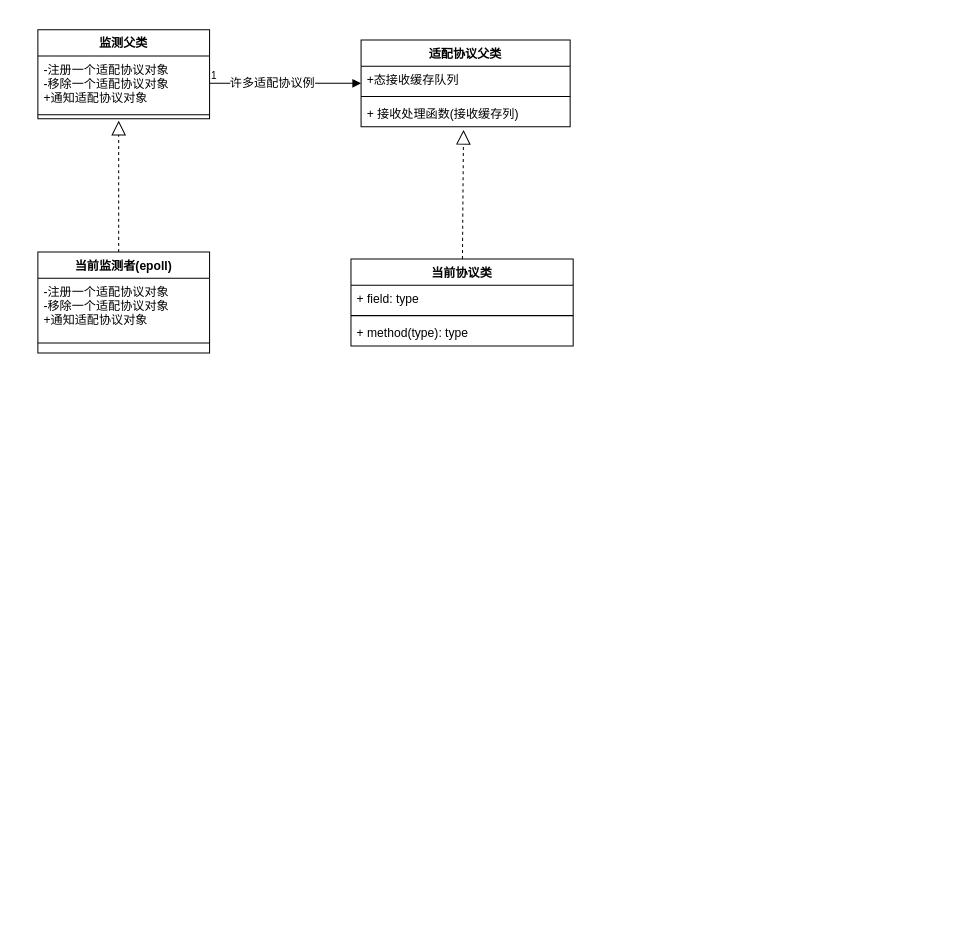
huangPeiLc/drawio keeps this draw.io diagram as 巡课uml.drawio. Above is the earlier version. Source tidied: cells renumbered, new cells numbered last; positions are measured from the earlier drawing's top-left corner, leaving out a move shared by most shapes. Both pictures are drawn from the tidied source at 101%, with x=0, y=0 at pixel (37, 29).
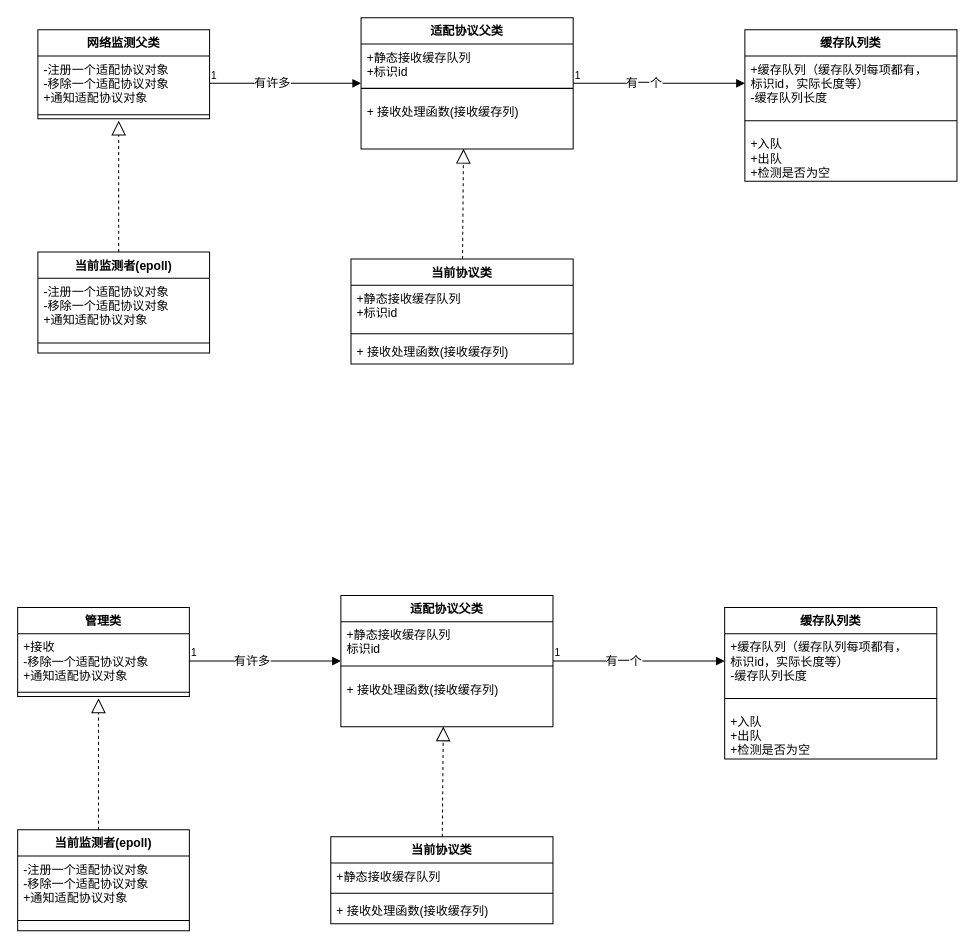
The same diagram, later.

Unchanged cells that the change refers to:
```xml
<mxCell id="8" style="endArrow=block;endFill=1;html=1;edgeStyle=orthogonalEdgeStyle;align=left;verticalAlign=top;exitX=1;exitY=0.5;exitDx=0;exitDy=0;entryX=0;entryY=0.5;entryDx=0;entryDy=0;" parent="1" edge="1" source="3" target="11">
  <mxGeometry x="-1" relative="1" as="geometry" />
</mxCell>
```

Change to the diagram source:
```diff
@@
-    <mxCell id="2" value="监测父类&#10;" style="swimlane;fontStyle=1;align=center;verticalAlign=top;horizontal=1;startSize=26;" parent="1" vertex="1">
+    <mxCell id="2" value="网络监测父类&#10;" style="swimlane;fontStyle=1;align=center;verticalAlign=top;horizontal=1;startSize=26;" parent="1" vertex="1">
       <mxGeometry width="170" height="88" as="geometry" />
     </mxCell>
@@
-    <mxCell id="10" value="许多适配协议例&lt;br&gt;" style="text;html=1;align=center;verticalAlign=middle;labelBackgroundColor=#ffffff;" parent="8" vertex="1">
+    <mxCell id="10" value="有许多&lt;br&gt;" style="text;html=1;align=center;verticalAlign=middle;labelBackgroundColor=#ffffff;" parent="8" vertex="1">
       <mxGeometry x="-0.19" y="1" relative="1" as="geometry" />
     </mxCell>
     <mxCell id="11" value="适配协议父类&#10;" style="swimlane;fontStyle=1;align=center;verticalAlign=top;horizontal=1;startSize=26;" parent="1" vertex="1">
-      <mxGeometry x="320" y="10" width="207" height="86" as="geometry" />
+      <mxGeometry x="320" y="-12" width="210" height="130" as="geometry" />
     </mxCell>
-    <mxCell id="12" value="+态接收缓存队列&#10;" style="text;strokeColor=none;fillColor=none;align=left;verticalAlign=top;spacingLeft=4;spacingRight=4;overflow=hidden;" parent="11" vertex="1">
-      <mxGeometry y="26" width="207" height="26" as="geometry" />
+    <mxCell id="12" value="+静态接收缓存队列&#10;+标识id&#10;" style="text;strokeColor=none;fillColor=none;align=left;verticalAlign=top;spacingLeft=4;spacingRight=4;overflow=hidden;" parent="11" vertex="1">
+      <mxGeometry y="26" width="210" height="34" as="geometry" />
     </mxCell>
     <mxCell id="13" style="line;strokeWidth=1;fillColor=none;align=left;verticalAlign=middle;spacingTop=-1;spacingLeft=3;spacingRight=3;labelPosition=right;" parent="11" vertex="1">
-      <mxGeometry y="52" width="207" height="8" as="geometry" />
+      <mxGeometry y="60" width="210" height="20" as="geometry" />
     </mxCell>
     <mxCell id="14" value="+ 接收处理函数(接收缓存列)" style="text;strokeColor=none;fillColor=none;align=left;verticalAlign=top;spacingLeft=4;spacingRight=4;overflow=hidden;points=[[0,0.5],[1,0.5]];portConstraint=eastwest;" parent="11" vertex="1">
-      <mxGeometry y="60" width="207" height="26" as="geometry" />
+      <mxGeometry y="80" width="210" height="50" as="geometry" />
     </mxCell>
     <mxCell id="15" value="当前协议类&#10;" style="swimlane;fontStyle=1;align=center;verticalAlign=top;horizontal=1;startSize=26;" parent="1" vertex="1">
-      <mxGeometry x="310" y="227" width="220" height="86" as="geometry" />
+      <mxGeometry x="310" y="227" width="220" height="104" as="geometry" />
     </mxCell>
-    <mxCell id="16" value="+ field: type" style="text;strokeColor=none;fillColor=none;align=left;verticalAlign=top;spacingLeft=4;spacingRight=4;overflow=hidden;" parent="15" vertex="1">
-      <mxGeometry y="26" width="220" height="26" as="geometry" />
+    <mxCell id="16" value="+静态接收缓存队列&#10;+标识id&#10;&#10;" style="text;strokeColor=none;fillColor=none;align=left;verticalAlign=top;spacingLeft=4;spacingRight=4;overflow=hidden;" parent="15" vertex="1">
+      <mxGeometry y="26" width="220" height="44" as="geometry" />
     </mxCell>
     <mxCell id="17" style="line;strokeWidth=1;fillColor=none;align=left;verticalAlign=middle;spacingTop=-1;spacingLeft=3;spacingRight=3;labelPosition=right;" parent="15" vertex="1">
-      <mxGeometry y="52" width="220" height="8" as="geometry" />
+      <mxGeometry y="70" width="220" height="8" as="geometry" />
     </mxCell>
-    <mxCell id="18" value="+ method(type): type" style="text;strokeColor=none;fillColor=none;align=left;verticalAlign=top;spacingLeft=4;spacingRight=4;overflow=hidden;" parent="15" vertex="1">
-      <mxGeometry y="60" width="220" height="26" as="geometry" />
+    <mxCell id="18" value="+ 接收处理函数(接收缓存列)" style="text;strokeColor=none;fillColor=none;align=left;verticalAlign=top;spacingLeft=4;spacingRight=4;overflow=hidden;" parent="15" vertex="1">
+      <mxGeometry y="78" width="220" height="26" as="geometry" />
     </mxCell>
@@
-    <mxCell id="20" style="endArrow=block;dashed=1;endFill=0;endSize=12;html=1;entryX=0.49;entryY=1.119;entryDx=0;entryDy=0;entryPerimeter=0;" parent="1" edge="1" source="15" target="14">
+    <mxCell id="20" style="endArrow=block;dashed=1;endFill=0;endSize=12;html=1;entryX=0.483;entryY=0.997;entryDx=0;entryDy=0;entryPerimeter=0;" parent="1" edge="1" source="15" target="14">
       <mxGeometry relative="1" as="geometry" />
     </mxCell>
+    <mxCell id="21" value="缓存队列类&#10;" style="swimlane;fontStyle=1;align=center;verticalAlign=top;horizontal=1;startSize=26;" parent="1" vertex="1">
+      <mxGeometry x="700" width="210" height="150" as="geometry" />
+    </mxCell>
+    <mxCell id="22" value="+缓存队列（缓存队列每项都有，&#10;标识id，实际长度等）&#10;-缓存队列长度&#10;" style="text;strokeColor=none;fillColor=none;align=left;verticalAlign=top;spacingLeft=4;spacingRight=4;overflow=hidden;points=[[0,0.5],[1,0.5]];portConstraint=eastwest;" parent="21" vertex="1">
+      <mxGeometry y="26" width="210" height="54" as="geometry" />
+    </mxCell>
+    <mxCell id="23" style="line;strokeWidth=1;fillColor=none;align=left;verticalAlign=middle;spacingTop=-1;spacingLeft=3;spacingRight=3;labelPosition=right;" parent="21" vertex="1">
+      <mxGeometry y="80" width="210" height="20" as="geometry" />
+    </mxCell>
+    <mxCell id="24" value="+入队&#10;+出队&#10;+检测是否为空" style="text;strokeColor=none;fillColor=none;align=left;verticalAlign=top;spacingLeft=4;spacingRight=4;overflow=hidden;" parent="21" vertex="1">
+      <mxGeometry y="100" width="210" height="50" as="geometry" />
+    </mxCell>
+    <mxCell id="25" style="endArrow=block;endFill=1;html=1;edgeStyle=orthogonalEdgeStyle;align=left;verticalAlign=top;exitX=1;exitY=0.5;exitDx=0;exitDy=0;entryX=0;entryY=0.5;entryDx=0;entryDy=0;" parent="1" edge="1" source="11" target="22">
+      <mxGeometry x="-1" relative="1" as="geometry" />
+    </mxCell>
+    <mxCell id="26" value="1" style="html=1;align=left;verticalAlign=bottom;labelBackgroundColor=#ffffff;fontSize=10;" parent="25" vertex="1">
+      <mxGeometry x="-1" relative="1" as="geometry" />
+    </mxCell>
+    <mxCell id="27" value="有一个&lt;br&gt;" style="text;html=1;align=center;verticalAlign=middle;labelBackgroundColor=#ffffff;" parent="25" vertex="1">
+      <mxGeometry x="-0.19" y="1" relative="1" as="geometry" />
+    </mxCell>
+    <mxCell id="28" value="管理类&#10;" style="swimlane;fontStyle=1;align=center;verticalAlign=top;horizontal=1;startSize=26;" parent="1" vertex="1">
+      <mxGeometry x="-20" y="572" width="170" height="88" as="geometry" />
+    </mxCell>
+    <mxCell id="29" value="+接收&#10;-移除一个适配协议对象&#10;+通知适配协议对象" style="text;strokeColor=none;fillColor=none;align=left;verticalAlign=top;spacingLeft=4;spacingRight=4;overflow=hidden;points=[[0,0.5],[1,0.5]];portConstraint=eastwest;" parent="28" vertex="1">
+      <mxGeometry y="26" width="170" height="54" as="geometry" />
+    </mxCell>
+    <mxCell id="30" style="line;strokeWidth=1;fillColor=none;align=left;verticalAlign=middle;spacingTop=-1;spacingLeft=3;spacingRight=3;labelPosition=right;" parent="28" vertex="1">
+      <mxGeometry y="80" width="170" height="8" as="geometry" />
+    </mxCell>
+    <mxCell id="31" value="当前监测者(epoll)&#10;" style="swimlane;fontStyle=1;align=center;verticalAlign=top;horizontal=1;startSize=26;" parent="1" vertex="1">
+      <mxGeometry x="-20" y="792" width="170" height="100" as="geometry" />
+    </mxCell>
+    <mxCell id="32" value="-注册一个适配协议对象&#10;-移除一个适配协议对象&#10;+通知适配协议对象" style="text;strokeColor=none;fillColor=none;align=left;verticalAlign=top;spacingLeft=4;spacingRight=4;overflow=hidden;" parent="31" vertex="1">
+      <mxGeometry y="26" width="170" height="54" as="geometry" />
+    </mxCell>
+    <mxCell id="33" style="line;strokeWidth=1;fillColor=none;align=left;verticalAlign=middle;spacingTop=-1;spacingLeft=3;spacingRight=3;labelPosition=right;" parent="31" vertex="1">
+      <mxGeometry y="80" width="170" height="20" as="geometry" />
+    </mxCell>
+    <mxCell id="34" style="endArrow=block;endFill=1;html=1;edgeStyle=orthogonalEdgeStyle;align=left;verticalAlign=top;exitX=1;exitY=0.5;exitDx=0;exitDy=0;entryX=0;entryY=0.5;entryDx=0;entryDy=0;" parent="1" edge="1" source="29" target="37">
+      <mxGeometry x="-1" relative="1" as="geometry" />
+    </mxCell>
+    <mxCell id="35" value="1" style="html=1;align=left;verticalAlign=bottom;labelBackgroundColor=#ffffff;fontSize=10;" parent="34" vertex="1">
+      <mxGeometry x="-1" relative="1" as="geometry" />
+    </mxCell>
+    <mxCell id="36" value="有许多&lt;br&gt;" style="text;html=1;align=center;verticalAlign=middle;labelBackgroundColor=#ffffff;" parent="34" vertex="1">
+      <mxGeometry x="-0.19" y="1" relative="1" as="geometry" />
+    </mxCell>
+    <mxCell id="37" value="适配协议父类&#10;" style="swimlane;fontStyle=1;align=center;verticalAlign=top;horizontal=1;startSize=26;" parent="1" vertex="1">
+      <mxGeometry x="300" y="560" width="210" height="130" as="geometry" />
+    </mxCell>
+    <mxCell id="38" value="+静态接收缓存队列&#10;标识id&#10;" style="text;strokeColor=none;fillColor=none;align=left;verticalAlign=top;spacingLeft=4;spacingRight=4;overflow=hidden;" parent="37" vertex="1">
+      <mxGeometry y="26" width="210" height="34" as="geometry" />
+    </mxCell>
+    <mxCell id="39" style="line;strokeWidth=1;fillColor=none;align=left;verticalAlign=middle;spacingTop=-1;spacingLeft=3;spacingRight=3;labelPosition=right;" parent="37" vertex="1">
+      <mxGeometry y="60" width="210" height="20" as="geometry" />
+    </mxCell>
+    <mxCell id="40" value="+ 接收处理函数(接收缓存列)" style="text;strokeColor=none;fillColor=none;align=left;verticalAlign=top;spacingLeft=4;spacingRight=4;overflow=hidden;points=[[0,0.5],[1,0.5]];portConstraint=eastwest;" parent="37" vertex="1">
+      <mxGeometry y="80" width="210" height="50" as="geometry" />
+    </mxCell>
+    <mxCell id="41" value="当前协议类&#10;" style="swimlane;fontStyle=1;align=center;verticalAlign=top;horizontal=1;startSize=26;" parent="1" vertex="1">
+      <mxGeometry x="290" y="799" width="220" height="86" as="geometry" />
+    </mxCell>
+    <mxCell id="42" value="+静态接收缓存队列&#10;" style="text;strokeColor=none;fillColor=none;align=left;verticalAlign=top;spacingLeft=4;spacingRight=4;overflow=hidden;" parent="41" vertex="1">
+      <mxGeometry y="26" width="220" height="26" as="geometry" />
+    </mxCell>
+    <mxCell id="43" style="line;strokeWidth=1;fillColor=none;align=left;verticalAlign=middle;spacingTop=-1;spacingLeft=3;spacingRight=3;labelPosition=right;" parent="41" vertex="1">
+      <mxGeometry y="52" width="220" height="8" as="geometry" />
+    </mxCell>
+    <mxCell id="44" value="+ 接收处理函数(接收缓存列)" style="text;strokeColor=none;fillColor=none;align=left;verticalAlign=top;spacingLeft=4;spacingRight=4;overflow=hidden;" parent="41" vertex="1">
+      <mxGeometry y="60" width="220" height="26" as="geometry" />
+    </mxCell>
+    <mxCell id="45" style="endArrow=block;dashed=1;endFill=0;endSize=12;html=1;" parent="1" edge="1">
+      <mxGeometry relative="1" as="geometry">
+        <mxPoint x="60" y="792" as="sourcePoint" />
+        <mxPoint x="60" y="662" as="targetPoint" />
+      </mxGeometry>
+    </mxCell>
+    <mxCell id="46" style="endArrow=block;dashed=1;endFill=0;endSize=12;html=1;entryX=0.483;entryY=0.997;entryDx=0;entryDy=0;entryPerimeter=0;" parent="1" edge="1" source="41" target="40">
+      <mxGeometry relative="1" as="geometry" />
+    </mxCell>
+    <mxCell id="47" value="缓存队列类&#10;" style="swimlane;fontStyle=1;align=center;verticalAlign=top;horizontal=1;startSize=26;" parent="1" vertex="1">
+      <mxGeometry x="680" y="572" width="210" height="150" as="geometry" />
+    </mxCell>
+    <mxCell id="48" value="+缓存队列（缓存队列每项都有，&#10;标识id，实际长度等）&#10;-缓存队列长度&#10;" style="text;strokeColor=none;fillColor=none;align=left;verticalAlign=top;spacingLeft=4;spacingRight=4;overflow=hidden;points=[[0,0.5],[1,0.5]];portConstraint=eastwest;" parent="47" vertex="1">
+      <mxGeometry y="26" width="210" height="54" as="geometry" />
+    </mxCell>
+    <mxCell id="49" style="line;strokeWidth=1;fillColor=none;align=left;verticalAlign=middle;spacingTop=-1;spacingLeft=3;spacingRight=3;labelPosition=right;" parent="47" vertex="1">
+      <mxGeometry y="80" width="210" height="20" as="geometry" />
+    </mxCell>
+    <mxCell id="50" value="+入队&#10;+出队&#10;+检测是否为空" style="text;strokeColor=none;fillColor=none;align=left;verticalAlign=top;spacingLeft=4;spacingRight=4;overflow=hidden;" parent="47" vertex="1">
+      <mxGeometry y="100" width="210" height="50" as="geometry" />
+    </mxCell>
+    <mxCell id="51" style="endArrow=block;endFill=1;html=1;edgeStyle=orthogonalEdgeStyle;align=left;verticalAlign=top;exitX=1;exitY=0.5;exitDx=0;exitDy=0;entryX=0;entryY=0.5;entryDx=0;entryDy=0;" parent="1" edge="1" source="37" target="48">
+      <mxGeometry x="-1" relative="1" as="geometry" />
+    </mxCell>
+    <mxCell id="52" value="1" style="html=1;align=left;verticalAlign=bottom;labelBackgroundColor=#ffffff;fontSize=10;" parent="51" vertex="1">
+      <mxGeometry x="-1" relative="1" as="geometry" />
+    </mxCell>
+    <mxCell id="53" value="有一个&lt;br&gt;" style="text;html=1;align=center;verticalAlign=middle;labelBackgroundColor=#ffffff;" parent="51" vertex="1">
+      <mxGeometry x="-0.19" y="1" relative="1" as="geometry" />
+    </mxCell>
```
